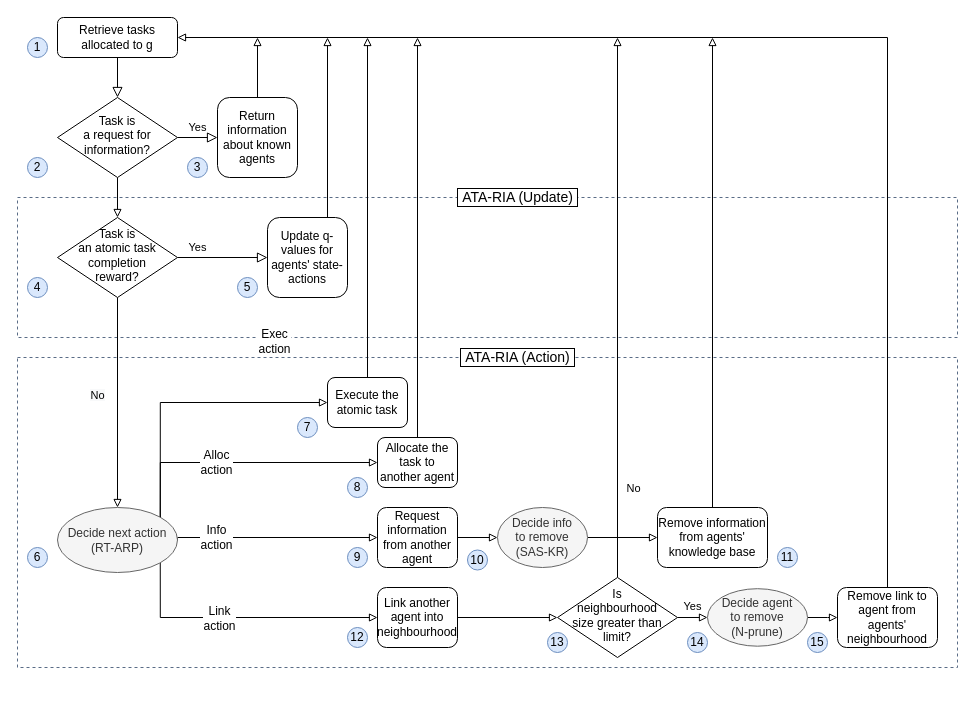
The draw.io diagram source/ataria-simplified.drawio in sevenmachines/els_energy_optimisation_and_adaptive_coverage_in_wsn_systems, before the edit. Source tidied: cells renumbered, new cells numbered last; positions are measured from the earlier drawing's top-left corner, leaving out a move shared by most shapes. Both pictures are drawn from the tidied source at 100%, with x=0, y=0 at pixel (17, 17).
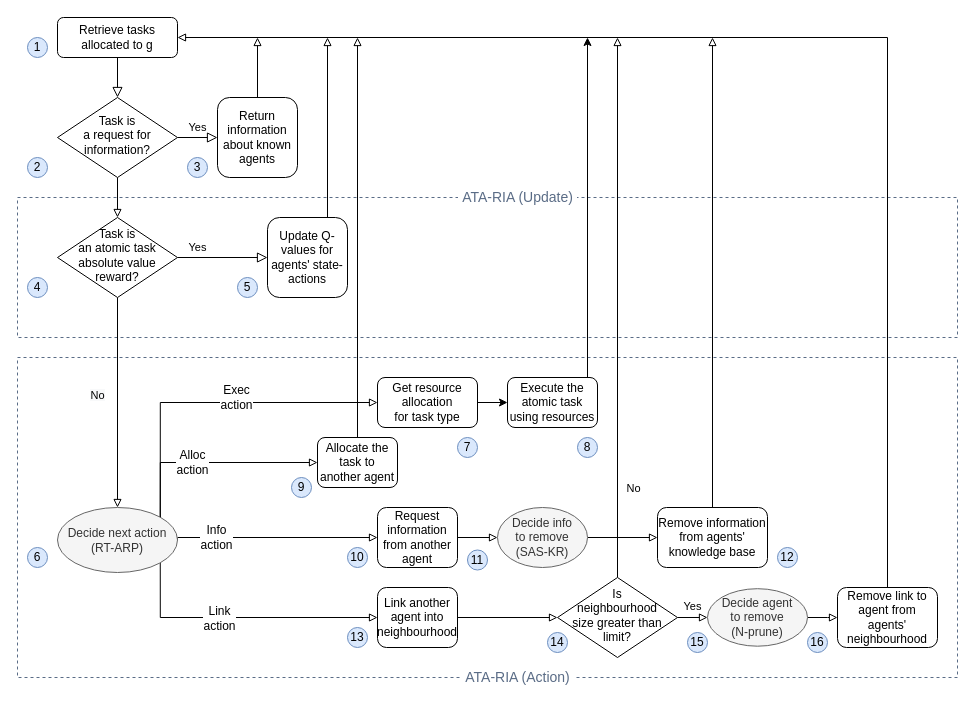
The same page after the edit.

What changed in the source:
```diff
@@
     <mxCell id="2" style="fillColor=none;strokeColor=#5A6C86;dashed=1;verticalAlign=bottom;fontStyle=0;fontColor=#000000;align=left;labelPosition=right;verticalLabelPosition=top;spacingLeft=-98;spacingBottom=-21;labelBackgroundColor=#ffffff;" parent="1" vertex="1">
-      <mxGeometry y="340" width="940" height="310" as="geometry" />
+      <mxGeometry y="340" width="940" height="320" as="geometry" />
     </mxCell>
@@
     <mxCell id="10" style="edgeStyle=orthogonalEdgeStyle;rounded=0;jettySize=auto;html=1;exitX=0.5;exitY=0;exitDx=0;exitDy=0;endArrow=block;endFill=0;" parent="1" edge="1" source="11">
       <mxGeometry relative="1" as="geometry">
-        <mxPoint x="400" y="20" as="targetPoint" />
+        <mxPoint x="340" y="20" as="targetPoint" />
       </mxGeometry>
     </mxCell>
     <mxCell id="11" value="Allocate the task to another agent" style="rounded=1;whiteSpace=wrap;html=1;fontSize=12;glass=0;strokeWidth=1;shadow=0;fontStyle=0;" parent="1" vertex="1">
-      <mxGeometry x="360" y="420" width="80" height="50" as="geometry" />
+      <mxGeometry x="300" y="420" width="80" height="50" as="geometry" />
     </mxCell>
@@
-    <mxCell id="35" style="edgeStyle=orthogonalEdgeStyle;rounded=0;jettySize=auto;html=1;endArrow=block;endFill=0;fontSize=12;" parent="1" edge="1" source="36">
-      <mxGeometry relative="1" as="geometry">
-        <mxPoint x="350" y="20" as="targetPoint" />
-      </mxGeometry>
-    </mxCell>
+    <mxCell id="59" style="edgeStyle=orthogonalEdgeStyle;rounded=0;jettySize=auto;html=1;exitX=1;exitY=0.5;exitDx=0;exitDy=0;entryX=0;entryY=0.5;entryDx=0;entryDy=0;" parent="1" edge="1" source="36" target="61">
+      <mxGeometry relative="1" as="geometry" />
+    </mxCell>
-    <mxCell id="36" value="Execute the atomic task" style="rounded=1;whiteSpace=wrap;html=1;fontSize=12;glass=0;strokeWidth=1;shadow=0;fontStyle=0;" parent="1" vertex="1">
-      <mxGeometry x="310" y="360" width="80" height="50" as="geometry" />
+    <mxCell id="36" value="Get resource allocation &lt;br&gt;for task type" style="rounded=1;whiteSpace=wrap;html=1;fontSize=12;glass=0;strokeWidth=1;shadow=0;fontStyle=0;" parent="1" vertex="1">
+      <mxGeometry x="360" y="360" width="100" height="50" as="geometry" />
     </mxCell>
@@
     <mxCell id="42" value="7" style="ellipse;whiteSpace=wrap;html=1;fillColor=#dae8fc;strokeColor=#6c8ebf;" parent="1" vertex="1">
-      <mxGeometry x="280" y="400" width="20" height="20" as="geometry" />
+      <mxGeometry x="440" y="420" width="20" height="20" as="geometry" />
     </mxCell>
-    <mxCell id="43" value="8" style="ellipse;whiteSpace=wrap;html=1;fillColor=#dae8fc;strokeColor=#6c8ebf;" parent="1" vertex="1">
-      <mxGeometry x="330" y="460" width="20" height="20" as="geometry" />
+    <mxCell id="43" value="9" style="ellipse;whiteSpace=wrap;html=1;fillColor=#dae8fc;strokeColor=#6c8ebf;" parent="1" vertex="1">
+      <mxGeometry x="274" y="460" width="20" height="20" as="geometry" />
     </mxCell>
-    <mxCell id="44" value="9" style="ellipse;whiteSpace=wrap;html=1;fillColor=#dae8fc;strokeColor=#6c8ebf;" parent="1" vertex="1">
+    <mxCell id="44" value="10" style="ellipse;whiteSpace=wrap;html=1;fillColor=#dae8fc;strokeColor=#6c8ebf;" parent="1" vertex="1">
       <mxGeometry x="330" y="530" width="20" height="20" as="geometry" />
     </mxCell>
-    <mxCell id="45" value="12" style="ellipse;whiteSpace=wrap;html=1;fillColor=#dae8fc;strokeColor=#6c8ebf;" parent="1" vertex="1">
+    <mxCell id="45" value="13" style="ellipse;whiteSpace=wrap;html=1;fillColor=#dae8fc;strokeColor=#6c8ebf;" parent="1" vertex="1">
       <mxGeometry x="330" y="610" width="20" height="20" as="geometry" />
     </mxCell>
-    <mxCell id="46" value="10" style="ellipse;whiteSpace=wrap;html=1;fillColor=#dae8fc;strokeColor=#6c8ebf;" parent="1" vertex="1">
+    <mxCell id="46" value="11" style="ellipse;whiteSpace=wrap;html=1;fillColor=#dae8fc;strokeColor=#6c8ebf;" parent="1" vertex="1">
       <mxGeometry x="450" y="532.5" width="20" height="20" as="geometry" />
     </mxCell>
-    <mxCell id="47" value="13" style="ellipse;whiteSpace=wrap;html=1;fillColor=#dae8fc;strokeColor=#6c8ebf;" parent="1" vertex="1">
+    <mxCell id="47" value="14" style="ellipse;whiteSpace=wrap;html=1;fillColor=#dae8fc;strokeColor=#6c8ebf;" parent="1" vertex="1">
       <mxGeometry x="530" y="615" width="20" height="20" as="geometry" />
     </mxCell>
-    <mxCell id="48" value="11" style="ellipse;whiteSpace=wrap;html=1;fillColor=#dae8fc;strokeColor=#6c8ebf;" parent="1" vertex="1">
+    <mxCell id="48" value="12" style="ellipse;whiteSpace=wrap;html=1;fillColor=#dae8fc;strokeColor=#6c8ebf;" parent="1" vertex="1">
       <mxGeometry x="760" y="530" width="20" height="20" as="geometry" />
     </mxCell>
-    <mxCell id="49" value="15" style="ellipse;whiteSpace=wrap;html=1;fillColor=#dae8fc;strokeColor=#6c8ebf;" parent="1" vertex="1">
+    <mxCell id="49" value="16" style="ellipse;whiteSpace=wrap;html=1;fillColor=#dae8fc;strokeColor=#6c8ebf;" parent="1" vertex="1">
       <mxGeometry x="790" y="615" width="20" height="20" as="geometry" />
     </mxCell>
-    <mxCell id="50" value="14" style="ellipse;whiteSpace=wrap;html=1;fillColor=#dae8fc;strokeColor=#6c8ebf;" parent="1" vertex="1">
+    <mxCell id="50" value="15" style="ellipse;whiteSpace=wrap;html=1;fillColor=#dae8fc;strokeColor=#6c8ebf;" parent="1" vertex="1">
       <mxGeometry x="670" y="615" width="20" height="20" as="geometry" />
     </mxCell>
@@
-    <mxCell id="52" value="&lt;font face=&quot;sans-serif&quot;&gt;Task is &lt;br&gt;an atomic task completion&lt;br&gt;reward?&lt;/font&gt;" style="rhombus;whiteSpace=wrap;html=1;shadow=0;fontFamily=Helvetica;fontSize=12;align=center;strokeWidth=1;spacing=6;spacingTop=-4;fontStyle=0;" parent="1" vertex="1">
+    <mxCell id="52" value="&lt;font face=&quot;sans-serif&quot;&gt;Task is &lt;br&gt;an atomic task absolute value&lt;br&gt;reward?&lt;/font&gt;" style="rhombus;whiteSpace=wrap;html=1;shadow=0;fontFamily=Helvetica;fontSize=12;align=center;strokeWidth=1;spacing=6;spacingTop=-4;fontStyle=0;" parent="1" vertex="1">
       <mxGeometry x="40" y="200" width="120" height="80" as="geometry" />
     </mxCell>
@@
-    <mxCell id="54" value="Update q-values for agents' state-actions" style="rounded=1;whiteSpace=wrap;html=1;fontSize=12;glass=0;strokeWidth=1;shadow=0;fontStyle=0;" parent="1" vertex="1">
+    <mxCell id="54" value="Update Q-values for agents' state-actions" style="rounded=1;whiteSpace=wrap;html=1;fontSize=12;glass=0;strokeWidth=1;shadow=0;fontStyle=0;" parent="1" vertex="1">
       <mxGeometry x="250" y="200" width="80" height="80" as="geometry" />
     </mxCell>
@@
-    <mxCell id="57" value="&lt;span&gt;&amp;nbsp;ATA-RIA (Update)&amp;nbsp;&lt;/span&gt;" style="text;html=1;align=center;verticalAlign=middle;fontSize=14;fontColor=#000000;fontStyle=0;labelBackgroundColor=#ffffff;labelBorderColor=#000000;" parent="1" vertex="1">
+    <mxCell id="57" value="&lt;span&gt;&amp;nbsp;ATA-RIA (Update)&amp;nbsp;&lt;/span&gt;" style="text;html=1;align=center;verticalAlign=middle;fontSize=14;fontColor=#5A6C86;fontStyle=0;labelBackgroundColor=#ffffff;labelBorderColor=none;" parent="1" vertex="1">
       <mxGeometry x="435" y="170" width="130" height="20" as="geometry" />
     </mxCell>
-    <mxCell id="58" value="&lt;span style=&quot;font-weight: normal&quot;&gt;&amp;nbsp;ATA-RIA (Action)&amp;nbsp;&lt;/span&gt;" style="text;html=1;align=center;verticalAlign=middle;fontSize=14;fontColor=#000000;fontStyle=1;labelBackgroundColor=#ffffff;labelBorderColor=#000000;" parent="1" vertex="1">
-      <mxGeometry x="435" y="330" width="130" height="20" as="geometry" />
+    <mxCell id="58" value="&lt;span style=&quot;font-weight: normal&quot;&gt;&amp;nbsp;ATA-RIA (Action)&amp;nbsp;&lt;/span&gt;" style="text;html=1;align=center;verticalAlign=middle;fontSize=14;fontColor=#5A6C86;fontStyle=1;labelBackgroundColor=#ffffff;labelBorderColor=none;" parent="1" vertex="1">
+      <mxGeometry x="435" y="650" width="130" height="20" as="geometry" />
     </mxCell>
+    <mxCell id="60" style="edgeStyle=orthogonalEdgeStyle;rounded=0;jettySize=auto;html=1;exitX=0.75;exitY=0;exitDx=0;exitDy=0;" parent="1" edge="1" source="61">
+      <mxGeometry relative="1" as="geometry">
+        <mxPoint x="570" y="20" as="targetPoint" />
+        <Array as="points">
+          <mxPoint x="570" y="360" />
+        </Array>
+      </mxGeometry>
+    </mxCell>
+    <mxCell id="61" value="Execute the atomic task using resources" style="rounded=1;whiteSpace=wrap;html=1;fontSize=12;glass=0;strokeWidth=1;shadow=0;fontStyle=0;" parent="1" vertex="1">
+      <mxGeometry x="490" y="360" width="90" height="50" as="geometry" />
+    </mxCell>
+    <mxCell id="62" value="8" style="ellipse;whiteSpace=wrap;html=1;fillColor=#dae8fc;strokeColor=#6c8ebf;" parent="1" vertex="1">
+      <mxGeometry x="560" y="420" width="20" height="20" as="geometry" />
+    </mxCell>
```
